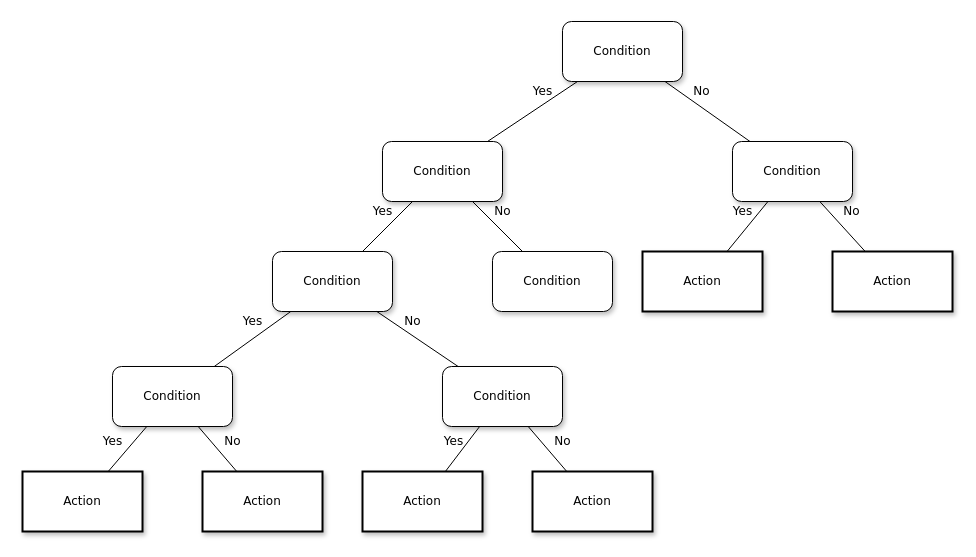
Above: Untitled Diagram.drawio in yunnian/picture (draw.io), before the change. Source tidied: cells renumbered, new cells numbered last; positions are measured from the earlier drawing's top-left corner, leaving out a move shared by most shapes. Both pictures are drawn from the tidied source at 100%, with x=0, y=0 at pixel (22, 21).
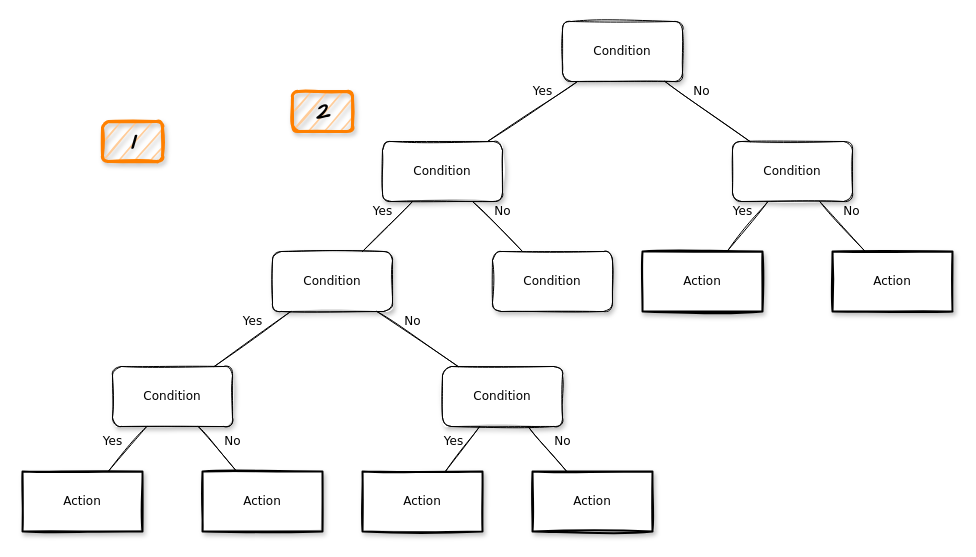
The same diagram, later.

The edit, as a diff of the source:
```diff
@@
-    <mxCell id="2" value="Condition" style="whiteSpace=wrap;html=1;rounded=1;shadow=1;labelBackgroundColor=none;strokeWidth=1;fontFamily=Verdana;fontSize=12;align=center;" parent="1" vertex="1">
+    <mxCell id="2" value="Condition" style="whiteSpace=wrap;html=1;rounded=1;shadow=1;labelBackgroundColor=none;strokeWidth=1;fontFamily=Verdana;fontSize=12;align=center;sketch=1;" parent="1" vertex="1">
       <mxGeometry x="540" width="120" height="60" as="geometry" />
     </mxCell>
-    <mxCell id="3" value="&lt;span&gt;Condition&lt;/span&gt;" style="whiteSpace=wrap;html=1;rounded=1;shadow=1;labelBackgroundColor=none;strokeWidth=1;fontFamily=Verdana;fontSize=12;align=center;" parent="1" vertex="1">
+    <mxCell id="3" value="&lt;span&gt;Condition&lt;/span&gt;" style="whiteSpace=wrap;html=1;rounded=1;shadow=1;labelBackgroundColor=none;strokeWidth=1;fontFamily=Verdana;fontSize=12;align=center;sketch=1;" parent="1" vertex="1">
       <mxGeometry x="360" y="120" width="120" height="60" as="geometry" />
     </mxCell>
-    <mxCell id="4" value="&lt;span&gt;Condition&lt;/span&gt;" style="whiteSpace=wrap;html=1;rounded=1;shadow=1;labelBackgroundColor=none;strokeWidth=1;fontFamily=Verdana;fontSize=12;align=center;" parent="1" vertex="1">
+    <mxCell id="4" value="&lt;span&gt;Condition&lt;/span&gt;" style="whiteSpace=wrap;html=1;rounded=1;shadow=1;labelBackgroundColor=none;strokeWidth=1;fontFamily=Verdana;fontSize=12;align=center;sketch=1;" parent="1" vertex="1">
       <mxGeometry x="710" y="120" width="120" height="60" as="geometry" />
     </mxCell>
-    <mxCell id="5" value="No" style="rounded=0;html=1;labelBackgroundColor=none;startArrow=none;startFill=0;startSize=5;endArrow=none;endFill=0;endSize=5;jettySize=auto;strokeWidth=1;fontFamily=Verdana;fontSize=12;" parent="1" edge="1" source="2" target="4">
+    <mxCell id="5" value="No" style="rounded=0;html=1;labelBackgroundColor=none;startArrow=none;startFill=0;startSize=5;endArrow=none;endFill=0;endSize=5;jettySize=auto;strokeWidth=1;fontFamily=Verdana;fontSize=12;sketch=1;" parent="1" edge="1" source="2" target="4">
       <mxGeometry x="-0.3" y="13" relative="1" as="geometry" />
     </mxCell>
-    <mxCell id="6" value="Yes" style="rounded=0;html=1;labelBackgroundColor=none;startArrow=none;startFill=0;startSize=5;endArrow=none;endFill=0;endSize=5;jettySize=auto;strokeWidth=1;fontFamily=Verdana;fontSize=12;" parent="1" edge="1" source="2" target="3">
+    <mxCell id="6" value="Yes" style="rounded=0;html=1;labelBackgroundColor=none;startArrow=none;startFill=0;startSize=5;endArrow=none;endFill=0;endSize=5;jettySize=auto;strokeWidth=1;fontFamily=Verdana;fontSize=12;sketch=1;" parent="1" edge="1" source="2" target="3">
       <mxGeometry x="-0.36" y="-11" relative="1" as="geometry" />
     </mxCell>
-    <mxCell id="7" value="&lt;span&gt;Condition&lt;/span&gt;" style="whiteSpace=wrap;html=1;rounded=1;shadow=1;labelBackgroundColor=none;strokeWidth=1;fontFamily=Verdana;fontSize=12;align=center;" parent="1" vertex="1">
+    <mxCell id="7" value="&lt;span&gt;Condition&lt;/span&gt;" style="whiteSpace=wrap;html=1;rounded=1;shadow=1;labelBackgroundColor=none;strokeWidth=1;fontFamily=Verdana;fontSize=12;align=center;sketch=1;" parent="1" vertex="1">
       <mxGeometry x="250" y="230" width="120" height="60" as="geometry" />
     </mxCell>
-    <mxCell id="8" value="&lt;span&gt;Condition&lt;/span&gt;" style="whiteSpace=wrap;html=1;rounded=1;shadow=1;labelBackgroundColor=none;strokeWidth=1;fontFamily=Verdana;fontSize=12;align=center;" parent="1" vertex="1">
+    <mxCell id="8" value="&lt;span&gt;Condition&lt;/span&gt;" style="whiteSpace=wrap;html=1;rounded=1;shadow=1;labelBackgroundColor=none;strokeWidth=1;fontFamily=Verdana;fontSize=12;align=center;sketch=1;" parent="1" vertex="1">
       <mxGeometry x="470" y="230" width="120" height="60" as="geometry" />
     </mxCell>
-    <mxCell id="9" value="&lt;span&gt;Action&lt;/span&gt;" style="whiteSpace=wrap;html=1;rounded=0;shadow=1;labelBackgroundColor=none;strokeWidth=2;fontFamily=Verdana;fontSize=12;align=center;" parent="1" vertex="1">
+    <mxCell id="9" value="&lt;span&gt;Action&lt;/span&gt;" style="whiteSpace=wrap;html=1;rounded=0;shadow=1;labelBackgroundColor=none;strokeWidth=2;fontFamily=Verdana;fontSize=12;align=center;sketch=1;" parent="1" vertex="1">
       <mxGeometry x="620" y="230" width="120" height="60" as="geometry" />
     </mxCell>
-    <mxCell id="10" value="&lt;span&gt;Action&lt;/span&gt;" style="whiteSpace=wrap;html=1;rounded=0;shadow=1;labelBackgroundColor=none;strokeWidth=2;fontFamily=Verdana;fontSize=12;align=center;" parent="1" vertex="1">
+    <mxCell id="10" value="&lt;span&gt;Action&lt;/span&gt;" style="whiteSpace=wrap;html=1;rounded=0;shadow=1;labelBackgroundColor=none;strokeWidth=2;fontFamily=Verdana;fontSize=12;align=center;sketch=1;" parent="1" vertex="1">
       <mxGeometry x="810" y="230" width="120" height="60" as="geometry" />
     </mxCell>
-    <mxCell id="11" value="&lt;span&gt;Condition&lt;/span&gt;" style="whiteSpace=wrap;html=1;rounded=1;shadow=1;labelBackgroundColor=none;strokeWidth=1;fontFamily=Verdana;fontSize=12;align=center;" parent="1" vertex="1">
+    <mxCell id="11" value="&lt;span&gt;Condition&lt;/span&gt;" style="whiteSpace=wrap;html=1;rounded=1;shadow=1;labelBackgroundColor=none;strokeWidth=1;fontFamily=Verdana;fontSize=12;align=center;sketch=1;" parent="1" vertex="1">
       <mxGeometry x="90" y="345" width="120" height="60" as="geometry" />
     </mxCell>
-    <mxCell id="12" value="&lt;span&gt;Condition&lt;/span&gt;" style="whiteSpace=wrap;html=1;rounded=1;shadow=1;labelBackgroundColor=none;strokeWidth=1;fontFamily=Verdana;fontSize=12;align=center;" parent="1" vertex="1">
+    <mxCell id="12" value="&lt;span&gt;Condition&lt;/span&gt;" style="whiteSpace=wrap;html=1;rounded=1;shadow=1;labelBackgroundColor=none;strokeWidth=1;fontFamily=Verdana;fontSize=12;align=center;sketch=1;" parent="1" vertex="1">
       <mxGeometry x="420" y="345" width="120" height="60" as="geometry" />
     </mxCell>
-    <mxCell id="13" value="Yes" style="rounded=0;html=1;labelBackgroundColor=none;startArrow=none;startFill=0;startSize=5;endArrow=none;endFill=0;endSize=5;jettySize=auto;strokeWidth=1;fontFamily=Verdana;fontSize=12;" parent="1" edge="1" source="3" target="7">
+    <mxCell id="13" value="Yes" style="rounded=0;html=1;labelBackgroundColor=none;startArrow=none;startFill=0;startSize=5;endArrow=none;endFill=0;endSize=5;jettySize=auto;strokeWidth=1;fontFamily=Verdana;fontSize=12;sketch=1;" parent="1" edge="1" source="3" target="7">
       <mxGeometry x="-0.2" y="-14" relative="1" as="geometry" />
     </mxCell>
-    <mxCell id="14" value="No" style="rounded=0;html=1;labelBackgroundColor=none;startArrow=none;startFill=0;startSize=5;endArrow=none;endFill=0;endSize=5;jettySize=auto;strokeWidth=1;fontFamily=Verdana;fontSize=12;" parent="1" edge="1" source="3" target="8">
+    <mxCell id="14" value="No" style="rounded=0;html=1;labelBackgroundColor=none;startArrow=none;startFill=0;startSize=5;endArrow=none;endFill=0;endSize=5;jettySize=auto;strokeWidth=1;fontFamily=Verdana;fontSize=12;sketch=1;" parent="1" edge="1" source="3" target="8">
       <mxGeometry x="-0.2" y="14" relative="1" as="geometry" />
     </mxCell>
-    <mxCell id="15" value="Yes" style="rounded=0;html=1;labelBackgroundColor=none;startArrow=none;startFill=0;startSize=5;endArrow=none;endFill=0;endSize=5;jettySize=auto;strokeWidth=1;fontFamily=Verdana;fontSize=12;" parent="1" edge="1" source="4" target="9">
+    <mxCell id="15" value="Yes" style="rounded=0;html=1;labelBackgroundColor=none;startArrow=none;startFill=0;startSize=5;endArrow=none;endFill=0;endSize=5;jettySize=auto;strokeWidth=1;fontFamily=Verdana;fontSize=12;sketch=1;" parent="1" edge="1" source="4" target="9">
       <mxGeometry x="-0.26" y="-13" relative="1" as="geometry" />
     </mxCell>
-    <mxCell id="16" value="No" style="rounded=0;html=1;labelBackgroundColor=none;startArrow=none;startFill=0;startSize=5;endArrow=none;endFill=0;endSize=5;jettySize=auto;strokeWidth=1;fontFamily=Verdana;fontSize=12;" parent="1" edge="1" source="4" target="10">
+    <mxCell id="16" value="No" style="rounded=0;html=1;labelBackgroundColor=none;startArrow=none;startFill=0;startSize=5;endArrow=none;endFill=0;endSize=5;jettySize=auto;strokeWidth=1;fontFamily=Verdana;fontSize=12;sketch=1;" parent="1" edge="1" source="4" target="10">
       <mxGeometry x="-0.13" y="17" relative="1" as="geometry" />
     </mxCell>
-    <mxCell id="17" value="Yes" style="rounded=0;html=1;labelBackgroundColor=none;startArrow=none;startFill=0;startSize=5;endArrow=none;endFill=0;endSize=5;jettySize=auto;strokeWidth=1;fontFamily=Verdana;fontSize=12;" parent="1" edge="1" source="7" target="11">
+    <mxCell id="17" value="Yes" style="rounded=0;html=1;labelBackgroundColor=none;startArrow=none;startFill=0;startSize=5;endArrow=none;endFill=0;endSize=5;jettySize=auto;strokeWidth=1;fontFamily=Verdana;fontSize=12;sketch=1;" parent="1" edge="1" source="7" target="11">
       <mxGeometry x="-0.22" y="-14" relative="1" as="geometry" />
     </mxCell>
-    <mxCell id="18" value="No" style="rounded=0;html=1;labelBackgroundColor=none;startArrow=none;startFill=0;startSize=5;endArrow=none;endFill=0;endSize=5;jettySize=auto;strokeWidth=1;fontFamily=Verdana;fontSize=12;" parent="1" edge="1" source="7" target="12">
+    <mxCell id="18" value="No" style="rounded=0;html=1;labelBackgroundColor=none;startArrow=none;startFill=0;startSize=5;endArrow=none;endFill=0;endSize=5;jettySize=auto;strokeWidth=1;fontFamily=Verdana;fontSize=12;sketch=1;" parent="1" edge="1" source="7" target="12">
       <mxGeometry x="-0.28" y="12" relative="1" as="geometry" />
     </mxCell>
-    <mxCell id="19" value="Action" style="whiteSpace=wrap;html=1;rounded=0;shadow=1;labelBackgroundColor=none;strokeWidth=2;fontFamily=Verdana;fontSize=12;align=center;" parent="1" vertex="1">
+    <mxCell id="19" value="Action" style="whiteSpace=wrap;html=1;rounded=0;shadow=1;labelBackgroundColor=none;strokeWidth=2;fontFamily=Verdana;fontSize=12;align=center;sketch=1;" parent="1" vertex="1">
       <mxGeometry y="450" width="120" height="60" as="geometry" />
     </mxCell>
-    <mxCell id="20" value="&lt;span&gt;Action&lt;/span&gt;" style="whiteSpace=wrap;html=1;rounded=0;shadow=1;labelBackgroundColor=none;strokeWidth=2;fontFamily=Verdana;fontSize=12;align=center;" parent="1" vertex="1">
+    <mxCell id="20" value="&lt;span&gt;Action&lt;/span&gt;" style="whiteSpace=wrap;html=1;rounded=0;shadow=1;labelBackgroundColor=none;strokeWidth=2;fontFamily=Verdana;fontSize=12;align=center;sketch=1;" parent="1" vertex="1">
       <mxGeometry x="180" y="450" width="120" height="60" as="geometry" />
     </mxCell>
-    <mxCell id="21" value="&lt;span&gt;Action&lt;/span&gt;" style="whiteSpace=wrap;html=1;rounded=0;shadow=1;labelBackgroundColor=none;strokeWidth=2;fontFamily=Verdana;fontSize=12;align=center;" parent="1" vertex="1">
+    <mxCell id="21" value="&lt;span&gt;Action&lt;/span&gt;" style="whiteSpace=wrap;html=1;rounded=0;shadow=1;labelBackgroundColor=none;strokeWidth=2;fontFamily=Verdana;fontSize=12;align=center;sketch=1;" parent="1" vertex="1">
       <mxGeometry x="340" y="450" width="120" height="60" as="geometry" />
     </mxCell>
-    <mxCell id="22" value="&lt;span&gt;Action&lt;/span&gt;" style="whiteSpace=wrap;html=1;rounded=0;shadow=1;labelBackgroundColor=none;strokeWidth=2;fontFamily=Verdana;fontSize=12;align=center;" parent="1" vertex="1">
+    <mxCell id="22" value="&lt;span&gt;Action&lt;/span&gt;" style="whiteSpace=wrap;html=1;rounded=0;shadow=1;labelBackgroundColor=none;strokeWidth=2;fontFamily=Verdana;fontSize=12;align=center;sketch=1;" parent="1" vertex="1">
       <mxGeometry x="510" y="450" width="120" height="60" as="geometry" />
     </mxCell>
-    <mxCell id="23" value="Yes" style="rounded=0;html=1;labelBackgroundColor=none;startArrow=none;startFill=0;startSize=5;endArrow=none;endFill=0;endSize=5;jettySize=auto;strokeWidth=1;fontFamily=Verdana;fontSize=12;" parent="1" edge="1" source="11" target="19">
+    <mxCell id="23" value="Yes" style="rounded=0;html=1;labelBackgroundColor=none;startArrow=none;startFill=0;startSize=5;endArrow=none;endFill=0;endSize=5;jettySize=auto;strokeWidth=1;fontFamily=Verdana;fontSize=12;sketch=1;" parent="1" edge="1" source="11" target="19">
       <mxGeometry x="0.14" y="-16" relative="1" as="geometry" />
     </mxCell>
-    <mxCell id="24" value="No" style="rounded=0;html=1;labelBackgroundColor=none;startArrow=none;startFill=0;startSize=5;endArrow=none;endFill=0;endSize=5;jettySize=auto;strokeWidth=1;fontFamily=Verdana;fontSize=12;" parent="1" edge="1" source="11" target="20">
+    <mxCell id="24" value="No" style="rounded=0;html=1;labelBackgroundColor=none;startArrow=none;startFill=0;startSize=5;endArrow=none;endFill=0;endSize=5;jettySize=auto;strokeWidth=1;fontFamily=Verdana;fontSize=12;sketch=1;" parent="1" edge="1" source="11" target="20">
       <mxGeometry x="0.14" y="16" relative="1" as="geometry" />
     </mxCell>
-    <mxCell id="25" value="Yes" style="rounded=0;html=1;labelBackgroundColor=none;startArrow=none;startFill=0;startSize=5;endArrow=none;endFill=0;endSize=5;jettySize=auto;strokeWidth=1;fontFamily=Verdana;fontSize=12;" parent="1" edge="1" source="12" target="21">
+    <mxCell id="25" value="Yes" style="rounded=0;html=1;labelBackgroundColor=none;startArrow=none;startFill=0;startSize=5;endArrow=none;endFill=0;endSize=5;jettySize=auto;strokeWidth=1;fontFamily=Verdana;fontSize=12;sketch=1;" parent="1" edge="1" source="12" target="21">
       <mxGeometry y="-12" relative="1" as="geometry" />
     </mxCell>
-    <mxCell id="26" value="No" style="rounded=0;html=1;labelBackgroundColor=none;startArrow=none;startFill=0;startSize=5;endArrow=none;endFill=0;endSize=5;jettySize=auto;strokeWidth=1;fontFamily=Verdana;fontSize=12;" parent="1" edge="1" source="12" target="22">
+    <mxCell id="26" value="No" style="rounded=0;html=1;labelBackgroundColor=none;startArrow=none;startFill=0;startSize=5;endArrow=none;endFill=0;endSize=5;jettySize=auto;strokeWidth=1;fontFamily=Verdana;fontSize=12;sketch=1;" parent="1" edge="1" source="12" target="22">
       <mxGeometry x="0.14" y="16" relative="1" as="geometry" />
     </mxCell>
+    <mxCell id="27" value="&lt;h1&gt;&lt;i&gt;&lt;font face=&quot;Comic Sans MS&quot;&gt;1&lt;/font&gt;&lt;/i&gt;&lt;/h1&gt;" style="rounded=1;whiteSpace=wrap;html=1;sketch=1;labelBackgroundColor=none;shadow=1;glass=0;strokeWidth=3;fillStyle=auto;fillColor=#ffcc99;strokeColor=#FF8000;" parent="1" vertex="1">
+      <mxGeometry x="80" y="100" width="60" height="40" as="geometry" />
+    </mxCell>
+    <mxCell id="28" value="&lt;h1&gt;&lt;font face=&quot;Comic Sans MS&quot;&gt;&lt;i&gt;2&lt;/i&gt;&lt;/font&gt;&lt;/h1&gt;" style="rounded=1;whiteSpace=wrap;html=1;sketch=1;labelBackgroundColor=none;shadow=1;glass=0;strokeWidth=3;fillStyle=auto;fillColor=#ffcc99;strokeColor=#FF8000;" parent="1" vertex="1">
+      <mxGeometry x="270" y="70" width="60" height="40" as="geometry" />
+    </mxCell>
```
